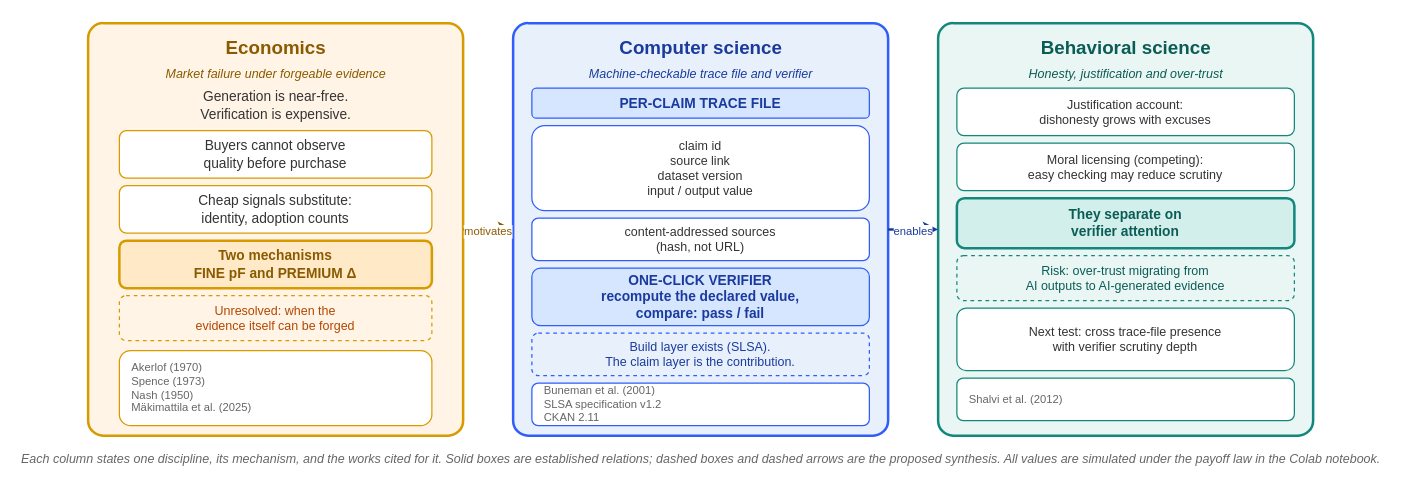
This is figures/ps1_teaser.drawio from peterhe0616-sketch/PS1-Zhengjun, a draw.io file, before an edit. Source tidied: cells renumbered, new cells numbered last; positions are measured from the earlier drawing's top-left corner, leaving out a move shared by most shapes. Both pictures are drawn from the tidied source at 125%, with x=0, y=0 at pixel (88, 22).
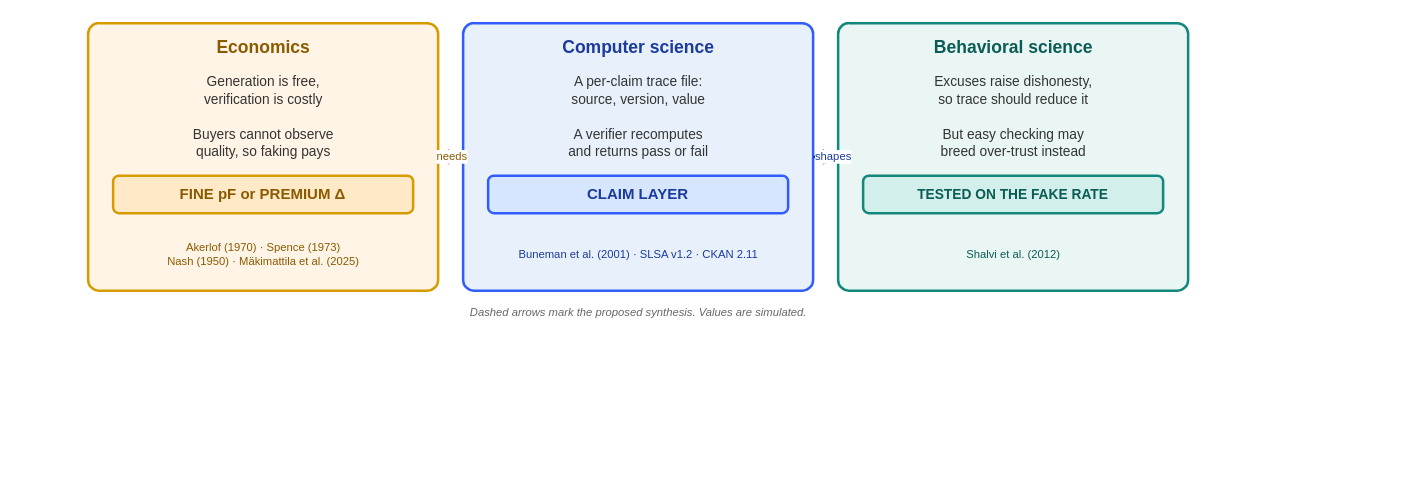
After the change.

Commit message (it also covers changes not shown here):
Simplify Figure 1 and shorten Section 5

What changed in the source:
```diff
@@
     <mxCell id="2" style="rounded=1;whiteSpace=wrap;html=1;fillColor=#FFF4E6;strokeColor=#D79B00;strokeWidth=2;arcSize=4;" parent="1" vertex="1">
-      <mxGeometry width="300" height="330" as="geometry" />
+      <mxGeometry width="280" height="214" as="geometry" />
     </mxCell>
-    <mxCell id="3" value="Economics" style="text;html=1;align=center;verticalAlign=middle;fontSize=15;fontStyle=1;fontColor=#8A5A00;" parent="1" vertex="1">
-      <mxGeometry y="8" width="300" height="22" as="geometry" />
+    <mxCell id="3" value="Economics" style="text;html=1;align=center;verticalAlign=middle;fontSize=14;fontStyle=1;fontColor=#8A5A00;" parent="1" vertex="1">
+      <mxGeometry y="8" width="280" height="22" as="geometry" />
     </mxCell>
-    <mxCell id="4" value="Market failure under forgeable evidence" style="text;html=1;align=center;verticalAlign=middle;fontSize=10;fontStyle=2;fontColor=#8A5A00;" parent="1" vertex="1">
-      <mxGeometry x="10" y="32" width="280" height="16" as="geometry" />
-    </mxCell>
-    <mxCell id="5" value="Generation is near-free.&#10;Verification is expensive." style="text;html=1;align=center;verticalAlign=middle;fontSize=11;fontColor=#333333;" parent="1" vertex="1">
-      <mxGeometry x="10" y="52" width="280" height="28" as="geometry" />
+    <mxCell id="5" value="Generation is free,&#10;verification is costly" style="text;html=1;align=center;verticalAlign=middle;fontSize=11;fontColor=#333333;" parent="1" vertex="1">
+      <mxGeometry x="10" y="38" width="260" height="32" as="geometry" />
     </mxCell>
-    <mxCell id="6" value="Buyers cannot observe&#10;quality before purchase" style="rounded=1;whiteSpace=wrap;html=1;fillColor=#FFFFFF;strokeColor=#D79B00;fontSize=11;fontColor=#333333;" parent="1" vertex="1">
-      <mxGeometry x="25" y="86" width="250" height="38" as="geometry" />
+    <mxCell id="6" value="Buyers cannot observe&#10;quality, so faking pays" style="text;html=1;align=center;verticalAlign=middle;fontSize=11;fontColor=#333333;" parent="1" vertex="1">
+      <mxGeometry x="10" y="80" width="260" height="32" as="geometry" />
     </mxCell>
-    <mxCell id="7" value="Cheap signals substitute:&#10;identity, adoption counts" style="rounded=1;whiteSpace=wrap;html=1;fillColor=#FFFFFF;strokeColor=#D79B00;fontSize=11;fontColor=#333333;" parent="1" vertex="1">
-      <mxGeometry x="25" y="130" width="250" height="38" as="geometry" />
+    <mxCell id="7" value="FINE pF    or    PREMIUM Δ" style="rounded=1;whiteSpace=wrap;html=1;fillColor=#FFE9C7;strokeColor=#D79B00;strokeWidth=2;fontSize=12;fontStyle=1;fontColor=#8A5A00;" parent="1" vertex="1">
+      <mxGeometry x="20" y="122" width="240" height="30" as="geometry" />
     </mxCell>
-    <mxCell id="8" value="Two mechanisms&#10;FINE  pF   and   PREMIUM  Δ" style="rounded=1;whiteSpace=wrap;html=1;fillColor=#FFE9C7;strokeColor=#D79B00;strokeWidth=2;fontSize=11;fontStyle=1;fontColor=#8A5A00;" parent="1" vertex="1">
-      <mxGeometry x="25" y="174" width="250" height="38" as="geometry" />
-    </mxCell>
-    <mxCell id="9" value="Unresolved: when the&#10;evidence itself can be forged" style="rounded=1;whiteSpace=wrap;html=1;fillColor=#FFF4E6;strokeColor=#D79B00;dashed=1;fontSize=10;fontColor=#B34700;" parent="1" vertex="1">
-      <mxGeometry x="25" y="218" width="250" height="36" as="geometry" />
-    </mxCell>
-    <mxCell id="10" value="Akerlof (1970)&#10;Spence (1973)&#10;Nash (1950)&#10;Mäkimattila et al. (2025)" style="rounded=1;whiteSpace=wrap;html=1;fillColor=#FFFFFF;strokeColor=#D79B00;fontSize=9;fontColor=#666666;align=left;spacingLeft=8;verticalAlign=middle;" parent="1" vertex="1">
-      <mxGeometry x="25" y="262" width="250" height="60" as="geometry" />
+    <mxCell id="10" value="Akerlof (1970) · Spence (1973)&#10;Nash (1950) · Mäkimattila et al. (2025)" style="text;html=1;align=center;verticalAlign=middle;fontSize=9;fontColor=#8A5A00;" parent="1" vertex="1">
+      <mxGeometry x="5" y="168" width="270" height="34" as="geometry" />
     </mxCell>
     <mxCell id="11" style="rounded=1;whiteSpace=wrap;html=1;fillColor=#E8F1FB;strokeColor=#315EFB;strokeWidth=2;arcSize=4;" parent="1" vertex="1">
-      <mxGeometry x="340" width="300" height="330" as="geometry" />
+      <mxGeometry x="300" width="280" height="214" as="geometry" />
     </mxCell>
-    <mxCell id="12" value="Computer science" style="text;html=1;align=center;verticalAlign=middle;fontSize=15;fontStyle=1;fontColor=#1B3A9E;" parent="1" vertex="1">
-      <mxGeometry x="340" y="8" width="300" height="22" as="geometry" />
+    <mxCell id="12" value="Computer science" style="text;html=1;align=center;verticalAlign=middle;fontSize=14;fontStyle=1;fontColor=#1B3A9E;" parent="1" vertex="1">
+      <mxGeometry x="300" y="8" width="280" height="22" as="geometry" />
     </mxCell>
-    <mxCell id="13" value="Machine-checkable trace file and verifier" style="text;html=1;align=center;verticalAlign=middle;fontSize=10;fontStyle=2;fontColor=#1B3A9E;" parent="1" vertex="1">
-      <mxGeometry x="350" y="32" width="280" height="16" as="geometry" />
-    </mxCell>
-    <mxCell id="14" value="PER-CLAIM TRACE FILE" style="rounded=1;whiteSpace=wrap;html=1;fillColor=#D6E6FF;strokeColor=#315EFB;fontSize=11;fontStyle=1;fontColor=#1B3A9E;" parent="1" vertex="1">
-      <mxGeometry x="355" y="52" width="270" height="24" as="geometry" />
+    <mxCell id="14" value="A per-claim trace file:&#10;source, version, value" style="text;html=1;align=center;verticalAlign=middle;fontSize=11;fontColor=#333333;" parent="1" vertex="1">
+      <mxGeometry x="310" y="38" width="260" height="32" as="geometry" />
     </mxCell>
-    <mxCell id="15" value="claim id&#10;source link&#10;dataset version&#10;input / output value" style="rounded=1;whiteSpace=wrap;html=1;fillColor=#FFFFFF;strokeColor=#315EFB;fontSize=10;fontColor=#333333;align=center;" parent="1" vertex="1">
-      <mxGeometry x="355" y="82" width="270" height="68" as="geometry" />
+    <mxCell id="15" value="A verifier recomputes&#10;and returns pass or fail" style="text;html=1;align=center;verticalAlign=middle;fontSize=11;fontColor=#333333;" parent="1" vertex="1">
+      <mxGeometry x="310" y="80" width="260" height="32" as="geometry" />
     </mxCell>
-    <mxCell id="16" value="content-addressed sources&#10;(hash, not URL)" style="rounded=1;whiteSpace=wrap;html=1;fillColor=#FFFFFF;strokeColor=#315EFB;fontSize=10;fontColor=#333333;" parent="1" vertex="1">
-      <mxGeometry x="355" y="156" width="270" height="34" as="geometry" />
+    <mxCell id="16" value="CLAIM LAYER" style="rounded=1;whiteSpace=wrap;html=1;fillColor=#D6E6FF;strokeColor=#315EFB;strokeWidth=2;fontSize=12;fontStyle=1;fontColor=#1B3A9E;" parent="1" vertex="1">
+      <mxGeometry x="320" y="122" width="240" height="30" as="geometry" />
     </mxCell>
-    <mxCell id="17" value="ONE-CLICK VERIFIER&#10;recompute the declared value,&#10;compare:  pass / fail" style="rounded=1;whiteSpace=wrap;html=1;fillColor=#D6E6FF;strokeColor=#315EFB;fontSize=11;fontStyle=1;fontColor=#1B3A9E;" parent="1" vertex="1">
-      <mxGeometry x="355" y="196" width="270" height="46" as="geometry" />
-    </mxCell>
-    <mxCell id="18" value="Build layer exists (SLSA).&#10;The claim layer is the contribution." style="rounded=1;whiteSpace=wrap;html=1;fillColor=#E8F1FB;strokeColor=#315EFB;dashed=1;fontSize=10;fontColor=#1B3A9E;" parent="1" vertex="1">
-      <mxGeometry x="355" y="248" width="270" height="34" as="geometry" />
-    </mxCell>
-    <mxCell id="19" value="Buneman et al. (2001)&#10;SLSA specification v1.2&#10;CKAN 2.11" style="rounded=1;whiteSpace=wrap;html=1;fillColor=#FFFFFF;strokeColor=#315EFB;fontSize=9;fontColor=#666666;align=left;spacingLeft=8;verticalAlign=middle;" parent="1" vertex="1">
-      <mxGeometry x="355" y="288" width="270" height="34" as="geometry" />
+    <mxCell id="19" value="Buneman et al. (2001) · SLSA v1.2 · CKAN 2.11" style="text;html=1;align=center;verticalAlign=middle;fontSize=9;fontColor=#1B3A9E;" parent="1" vertex="1">
+      <mxGeometry x="305" y="168" width="270" height="34" as="geometry" />
     </mxCell>
     <mxCell id="20" style="rounded=1;whiteSpace=wrap;html=1;fillColor=#E9F6F4;strokeColor=#14877D;strokeWidth=2;arcSize=4;" parent="1" vertex="1">
-      <mxGeometry x="680" width="300" height="330" as="geometry" />
+      <mxGeometry x="600" width="280" height="214" as="geometry" />
     </mxCell>
-    <mxCell id="21" value="Behavioral science" style="text;html=1;align=center;verticalAlign=middle;fontSize=15;fontStyle=1;fontColor=#0B5C55;" parent="1" vertex="1">
-      <mxGeometry x="680" y="8" width="300" height="22" as="geometry" />
+    <mxCell id="21" value="Behavioral science" style="text;html=1;align=center;verticalAlign=middle;fontSize=14;fontStyle=1;fontColor=#0B5C55;" parent="1" vertex="1">
+      <mxGeometry x="600" y="8" width="280" height="22" as="geometry" />
     </mxCell>
-    <mxCell id="22" value="Honesty, justification and over-trust" style="text;html=1;align=center;verticalAlign=middle;fontSize=10;fontStyle=2;fontColor=#0B5C55;" parent="1" vertex="1">
-      <mxGeometry x="690" y="32" width="280" height="16" as="geometry" />
-    </mxCell>
-    <mxCell id="23" value="Justification account:&#10;dishonesty grows with excuses" style="rounded=1;whiteSpace=wrap;html=1;fillColor=#FFFFFF;strokeColor=#14877D;fontSize=10;fontColor=#333333;" parent="1" vertex="1">
-      <mxGeometry x="695" y="52" width="270" height="38" as="geometry" />
+    <mxCell id="23" value="Excuses raise dishonesty,&#10;so trace should reduce it" style="text;html=1;align=center;verticalAlign=middle;fontSize=11;fontColor=#333333;" parent="1" vertex="1">
+      <mxGeometry x="610" y="38" width="260" height="32" as="geometry" />
     </mxCell>
-    <mxCell id="24" value="Moral licensing (competing):&#10;easy checking may reduce scrutiny" style="rounded=1;whiteSpace=wrap;html=1;fillColor=#FFFFFF;strokeColor=#14877D;fontSize=10;fontColor=#333333;" parent="1" vertex="1">
-      <mxGeometry x="695" y="96" width="270" height="38" as="geometry" />
+    <mxCell id="24" value="But easy checking may&#10;breed over-trust instead" style="text;html=1;align=center;verticalAlign=middle;fontSize=11;fontColor=#333333;" parent="1" vertex="1">
+      <mxGeometry x="610" y="80" width="260" height="32" as="geometry" />
     </mxCell>
-    <mxCell id="25" value="They separate on&#10;verifier attention" style="rounded=1;whiteSpace=wrap;html=1;fillColor=#D3EFEB;strokeColor=#14877D;strokeWidth=2;fontSize=11;fontStyle=1;fontColor=#0B5C55;" parent="1" vertex="1">
-      <mxGeometry x="695" y="140" width="270" height="40" as="geometry" />
+    <mxCell id="25" value="TESTED ON THE FAKE RATE" style="rounded=1;whiteSpace=wrap;html=1;fillColor=#D3EFEB;strokeColor=#14877D;strokeWidth=2;fontSize=11;fontStyle=1;fontColor=#0B5C55;" parent="1" vertex="1">
+      <mxGeometry x="620" y="122" width="240" height="30" as="geometry" />
     </mxCell>
-    <mxCell id="26" value="Risk: over-trust migrating from&#10;AI outputs to AI-generated evidence" style="rounded=1;whiteSpace=wrap;html=1;fillColor=#E9F6F4;strokeColor=#14877D;dashed=1;fontSize=10;fontColor=#0B5C55;" parent="1" vertex="1">
-      <mxGeometry x="695" y="186" width="270" height="36" as="geometry" />
-    </mxCell>
-    <mxCell id="27" value="Next test: cross trace-file presence&#10;with verifier scrutiny depth" style="rounded=1;whiteSpace=wrap;html=1;fillColor=#FFFFFF;strokeColor=#14877D;fontSize=10;fontColor=#333333;" parent="1" vertex="1">
-      <mxGeometry x="695" y="228" width="270" height="50" as="geometry" />
-    </mxCell>
-    <mxCell id="28" value="Shalvi et al. (2012)" style="rounded=1;whiteSpace=wrap;html=1;fillColor=#FFFFFF;strokeColor=#14877D;fontSize=9;fontColor=#666666;align=left;spacingLeft=8;verticalAlign=middle;" parent="1" vertex="1">
-      <mxGeometry x="695" y="284" width="270" height="34" as="geometry" />
+    <mxCell id="28" value="Shalvi et al. (2012)" style="text;html=1;align=center;verticalAlign=middle;fontSize=9;fontColor=#0B5C55;" parent="1" vertex="1">
+      <mxGeometry x="605" y="168" width="270" height="34" as="geometry" />
     </mxCell>
@@
-    <mxCell id="31" value="motivates" style="text;html=1;align=center;verticalAlign=middle;fontSize=9;fontColor=#8A5A00;labelBackgroundColor=#FFFFFF;" parent="1" vertex="1">
-      <mxGeometry x="298" y="160" width="44" height="14" as="geometry" />
+    <mxCell id="31" value="needs" style="text;html=1;align=center;verticalAlign=middle;fontSize=9;fontColor=#8A5A00;labelBackgroundColor=#FFFFFF;" parent="1" vertex="1">
+      <mxGeometry x="279" y="100" width="24" height="14" as="geometry" />
     </mxCell>
-    <mxCell id="32" value="enables" style="text;html=1;align=center;verticalAlign=middle;fontSize=9;fontColor=#1B3A9E;labelBackgroundColor=#FFFFFF;" parent="1" vertex="1">
-      <mxGeometry x="638" y="160" width="44" height="14" as="geometry" />
+    <mxCell id="32" value="shapes" style="text;html=1;align=center;verticalAlign=middle;fontSize=9;fontColor=#1B3A9E;labelBackgroundColor=#FFFFFF;" parent="1" vertex="1">
+      <mxGeometry x="579" y="100" width="34" height="14" as="geometry" />
     </mxCell>
-    <mxCell id="33" value="Each column states one discipline, its mechanism, and the works cited for it. Solid boxes are established relations; dashed boxes and dashed arrows are the proposed synthesis. All values are simulated under the payoff law in the Colab notebook." style="text;html=1;align=center;verticalAlign=middle;fontSize=10;fontColor=#666666;fontStyle=2;" parent="1" vertex="1">
-      <mxGeometry y="336" width="980" height="24" as="geometry" />
+    <mxCell id="33" value="Dashed arrows mark the proposed synthesis. Values are simulated." style="text;html=1;align=center;verticalAlign=middle;fontSize=9;fontColor=#666666;fontStyle=2;" parent="1" vertex="1">
+      <mxGeometry y="222" width="880" height="20" as="geometry" />
     </mxCell>
```
